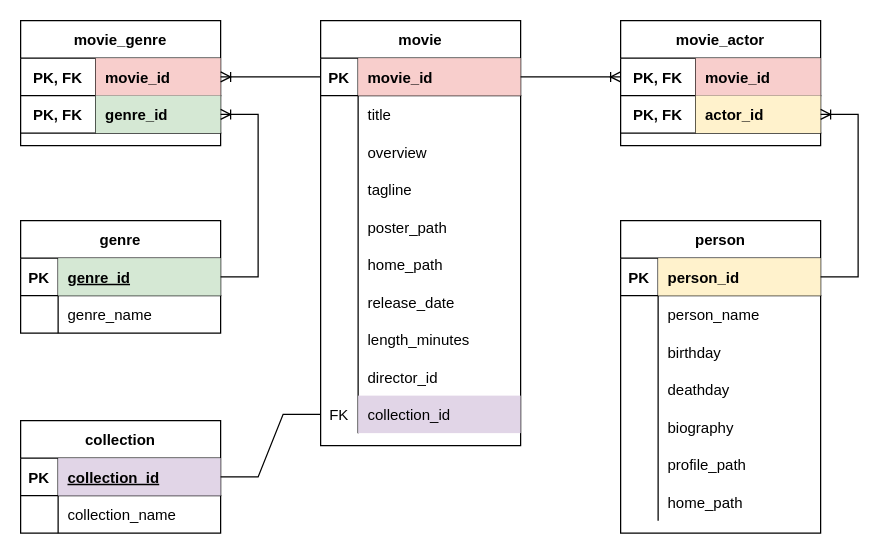
kschuljak/kschuljak keeps this draw.io diagram as MovieDB.drawio. Above is the earlier version. Source tidied: cells renumbered, new cells numbered last; positions are measured from the earlier drawing's top-left corner, leaving out a move shared by most shapes. Both pictures are drawn from the tidied source at 125%, with x=0, y=0 at pixel (20, 20).
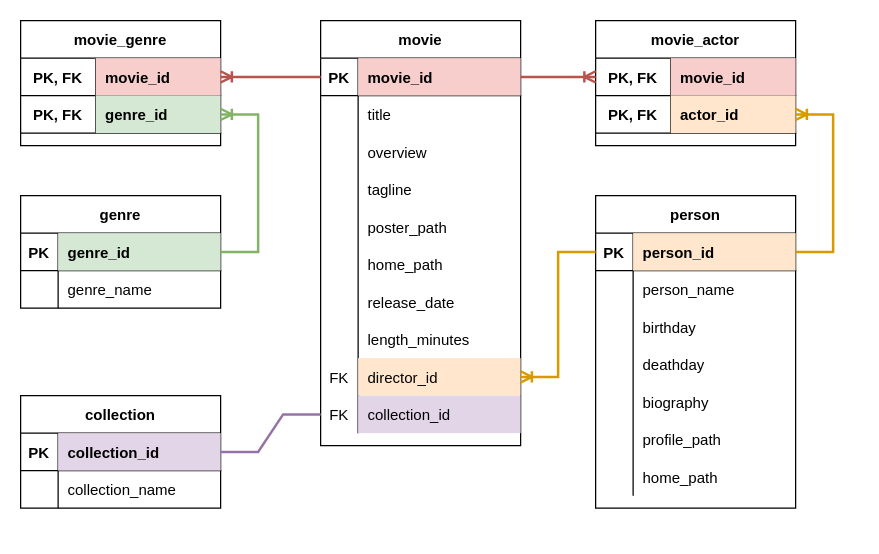
Above is the later version.

The change refers to these unchanged cells:
```xml
<mxCell id="3" style="shape=partialRectangle;fillColor=none;points=[[0,0.5],[1,0.5]];portConstraint=eastwest;top=0;left=0;right=0;bottom=1;" parent="2" vertex="1">
  <mxGeometry y="30" width="160" height="30" as="geometry" />
</mxCell>
<mxCell id="25" style="shape=partialRectangle;fillColor=none;points=[[0,0.5],[1,0.5]];portConstraint=eastwest;top=0;left=0;right=0;bottom=1;" parent="24" vertex="1">
  <mxGeometry y="30" width="160" height="30" as="geometry" />
</mxCell>
<mxCell id="28" style="shape=partialRectangle;fillColor=none;points=[[0,0.5],[1,0.5]];portConstraint=eastwest;top=0;left=0;right=0;bottom=1;" parent="24" vertex="1">
  <mxGeometry y="60" width="160" height="30" as="geometry" />
</mxCell>
<mxCell id="32" style="shape=partialRectangle;fillColor=none;points=[[0,0.5],[1,0.5]];portConstraint=eastwest;top=0;left=0;right=0;bottom=1;" parent="31" vertex="1">
  <mxGeometry y="30" width="160" height="30" as="geometry" />
</mxCell>
<mxCell id="35" style="shape=partialRectangle;fillColor=none;points=[[0,0.5],[1,0.5]];portConstraint=eastwest;top=0;left=0;right=0;bottom=1;" parent="31" vertex="1">
  <mxGeometry y="60" width="160" height="30" as="geometry" />
</mxCell>
<mxCell id="39" style="shape=partialRectangle;fillColor=none;points=[[0,0.5],[1,0.5]];portConstraint=eastwest;top=0;left=0;right=0;bottom=1;" parent="38" vertex="1">
  <mxGeometry y="30" width="160" height="30" as="geometry" />
</mxCell>
<mxCell id="63" style="shape=partialRectangle;fillColor=none;points=[[0,0.5],[1,0.5]];portConstraint=eastwest;top=0;left=0;right=0;bottom=0;" parent="38" vertex="1">
  <mxGeometry y="270" width="160" height="30" as="geometry" />
</mxCell>
<mxCell id="66" style="shape=partialRectangle;fillColor=none;points=[[0,0.5],[1,0.5]];portConstraint=eastwest;top=0;left=0;right=0;bottom=0;" parent="38" vertex="1">
  <mxGeometry y="300" width="160" height="30" as="geometry" />
</mxCell>
<mxCell id="70" style="shape=tableRow;horizontal=0;startSize=0;swimlaneHead=0;swimlaneBody=0;fillColor=none;points=[[0,0.5],[1,0.5]];portConstraint=eastwest;top=0;left=0;right=0;bottom=1;" parent="69" vertex="1">
  <mxGeometry y="30" width="160" height="30" as="geometry" />
</mxCell>
<mxCell id="77" style="shape=tableRow;horizontal=0;startSize=0;swimlaneHead=0;swimlaneBody=0;fillColor=none;points=[[0,0.5],[1,0.5]];portConstraint=eastwest;top=0;left=0;right=0;bottom=1;" parent="76" vertex="1">
  <mxGeometry y="30" width="160" height="30" as="geometry" />
</mxCell>
```

Diff of the diagram source:
```diff
@@
     <mxCell id="2" value="person" style="shape=table;startSize=30;childLayout=tableLayout;rowLines=0;fontStyle=1;align=center;" parent="1" vertex="1">
-      <mxGeometry x="480" y="160" width="160" height="250" as="geometry" />
+      <mxGeometry x="460" y="140" width="160" height="250" as="geometry" />
     </mxCell>
@@
-    <mxCell id="5" value="person_id" style="shape=partialRectangle;overflow=hidden;fillColor=#fff2cc;top=0;left=0;bottom=0;right=0;align=left;spacingLeft=6;fontStyle=1;strokeColor=#d6b656;" parent="3" vertex="1">
+    <mxCell id="5" value="person_id" style="shape=partialRectangle;overflow=hidden;fillColor=#ffe6cc;top=0;left=0;bottom=0;right=0;align=left;spacingLeft=6;fontStyle=1;strokeColor=#d79b00;" parent="3" vertex="1">
       <mxGeometry x="30" width="130" height="30" as="geometry" />
     </mxCell>
@@
     <mxCell id="24" value="movie_actor" style="shape=table;startSize=30;childLayout=tableLayout;rowLines=0;fontStyle=1;align=center;" parent="1" vertex="1">
-      <mxGeometry x="480" width="160" height="100" as="geometry" />
+      <mxGeometry x="460" width="160" height="100" as="geometry" />
     </mxCell>
@@
-    <mxCell id="30" value="actor_id" style="shape=partialRectangle;overflow=hidden;fillColor=#fff2cc;top=0;left=0;bottom=0;right=0;align=left;spacingLeft=6;fontStyle=1;strokeColor=#d6b656;" parent="28" vertex="1">
+    <mxCell id="30" value="actor_id" style="shape=partialRectangle;overflow=hidden;fillColor=#ffe6cc;top=0;left=0;bottom=0;right=0;align=left;spacingLeft=6;fontStyle=1;strokeColor=#d79b00;" parent="28" vertex="1">
       <mxGeometry x="60" width="100" height="30" as="geometry" />
     </mxCell>
@@
-    <mxCell id="64" style="shape=partialRectangle;overflow=hidden;fillColor=none;top=0;left=0;bottom=0;right=0;" parent="63" vertex="1">
+    <mxCell id="64" value="FK" style="shape=partialRectangle;overflow=hidden;fillColor=none;top=0;left=0;bottom=0;right=0;" parent="63" vertex="1">
       <mxGeometry width="30" height="30" as="geometry" />
     </mxCell>
-    <mxCell id="65" value="director_id" style="shape=partialRectangle;overflow=hidden;fillColor=none;top=0;left=0;bottom=0;right=0;align=left;spacingLeft=6;" parent="63" vertex="1">
+    <mxCell id="65" value="director_id" style="shape=partialRectangle;overflow=hidden;fillColor=#ffe6cc;top=0;left=0;bottom=0;right=0;align=left;spacingLeft=6;strokeColor=#d79b00;" parent="63" vertex="1">
       <mxGeometry x="30" width="130" height="30" as="geometry" />
     </mxCell>
@@
     <mxCell id="69" value="genre" style="shape=table;startSize=30;childLayout=tableLayout;rowLines=0;fontStyle=1;align=center;" parent="1" vertex="1">
-      <mxGeometry y="160" width="160" height="90" as="geometry" />
+      <mxGeometry y="140" width="160" height="90" as="geometry" />
     </mxCell>
@@
-    <mxCell id="72" value="genre_id" style="shape=partialRectangle;fillColor=#d5e8d4;top=0;left=0;bottom=0;right=0;align=left;spacingLeft=6;fontStyle=5;overflow=hidden;strokeColor=#82b366;" parent="70" vertex="1">
+    <mxCell id="72" value="genre_id" style="shape=partialRectangle;fillColor=#d5e8d4;top=0;left=0;bottom=0;right=0;align=left;spacingLeft=6;fontStyle=1;overflow=hidden;strokeColor=#82b366;" parent="70" vertex="1">
       <mxGeometry x="30" width="130" height="30" as="geometry" />
     </mxCell>
@@
     <mxCell id="76" value="collection" style="shape=table;startSize=30;childLayout=tableLayout;rowLines=0;fontStyle=1;align=center;" parent="1" vertex="1">
-      <mxGeometry y="320" width="160" height="90" as="geometry" />
+      <mxGeometry y="300" width="160" height="90" as="geometry" />
     </mxCell>
@@
-    <mxCell id="79" value="collection_id" style="shape=partialRectangle;fillColor=#e1d5e7;top=0;left=0;bottom=0;right=0;align=left;spacingLeft=6;fontStyle=5;overflow=hidden;strokeColor=#9673a6;" parent="77" vertex="1">
+    <mxCell id="79" value="collection_id" style="shape=partialRectangle;fillColor=#e1d5e7;top=0;left=0;bottom=0;right=0;align=left;spacingLeft=6;fontStyle=1;overflow=hidden;strokeColor=#9673a6;" parent="77" vertex="1">
       <mxGeometry x="30" width="130" height="30" as="geometry" />
     </mxCell>
@@
-    <mxCell id="83" style="edgeStyle=entityRelationEdgeStyle;fontSize=12;html=1;endArrow=ERoneToMany;rounded=0;" parent="1" edge="1" source="39" target="25">
+    <mxCell id="83" style="edgeStyle=entityRelationEdgeStyle;fontSize=12;html=1;endArrow=ERoneToMany;rounded=0;strokeWidth=2;fillColor=#f8cecc;strokeColor=#b85450;" parent="1" edge="1" source="39" target="25">
       <mxGeometry relative="1" as="geometry" />
     </mxCell>
-    <mxCell id="84" style="edgeStyle=entityRelationEdgeStyle;fontSize=12;html=1;endArrow=ERoneToMany;rounded=0;exitX=0;exitY=0.5;exitDx=0;exitDy=0;entryX=1;entryY=0.5;entryDx=0;entryDy=0;" parent="1" edge="1" source="39" target="32">
+    <mxCell id="84" style="edgeStyle=entityRelationEdgeStyle;fontSize=12;html=1;endArrow=ERoneToMany;rounded=0;exitX=0;exitY=0.5;exitDx=0;exitDy=0;entryX=1;entryY=0.5;entryDx=0;entryDy=0;strokeWidth=2;fillColor=#f8cecc;strokeColor=#b85450;" parent="1" edge="1" source="39" target="32">
       <mxGeometry relative="1" as="geometry" />
     </mxCell>
-    <mxCell id="85" style="edgeStyle=entityRelationEdgeStyle;fontSize=12;html=1;endArrow=ERoneToMany;rounded=0;entryX=1;entryY=0.5;entryDx=0;entryDy=0;" parent="1" edge="1" source="3" target="28">
+    <mxCell id="85" style="edgeStyle=entityRelationEdgeStyle;fontSize=12;html=1;endArrow=ERoneToMany;rounded=0;entryX=1;entryY=0.5;entryDx=0;entryDy=0;strokeWidth=2;fillColor=#ffe6cc;strokeColor=#d79b00;" parent="1" edge="1" source="3" target="28">
       <mxGeometry relative="1" as="geometry" />
     </mxCell>
-    <mxCell id="86" style="edgeStyle=entityRelationEdgeStyle;fontSize=12;html=1;endArrow=ERoneToMany;rounded=0;" parent="1" edge="1" source="70" target="35">
+    <mxCell id="86" style="edgeStyle=entityRelationEdgeStyle;fontSize=12;html=1;endArrow=ERoneToMany;rounded=0;strokeWidth=2;fillColor=#d5e8d4;strokeColor=#82b366;" parent="1" edge="1" source="70" target="35">
       <mxGeometry relative="1" as="geometry" />
     </mxCell>
-    <mxCell id="87" style="edgeStyle=entityRelationEdgeStyle;fontSize=12;html=1;endArrow=none;rounded=0;endFill=0;" parent="1" edge="1" source="77" target="66">
+    <mxCell id="87" style="edgeStyle=entityRelationEdgeStyle;fontSize=12;html=1;endArrow=none;rounded=0;endFill=0;strokeWidth=2;fillColor=#e1d5e7;strokeColor=#9673a6;" parent="1" edge="1" source="77" target="66">
       <mxGeometry relative="1" as="geometry" />
     </mxCell>
+    <mxCell id="88" style="edgeStyle=entityRelationEdgeStyle;fontSize=12;html=1;endArrow=ERoneToMany;rounded=0;strokeWidth=2;fillColor=#ffe6cc;strokeColor=#d79b00;" parent="1" edge="1" source="3" target="63">
+      <mxGeometry relative="1" as="geometry" />
+    </mxCell>
```
